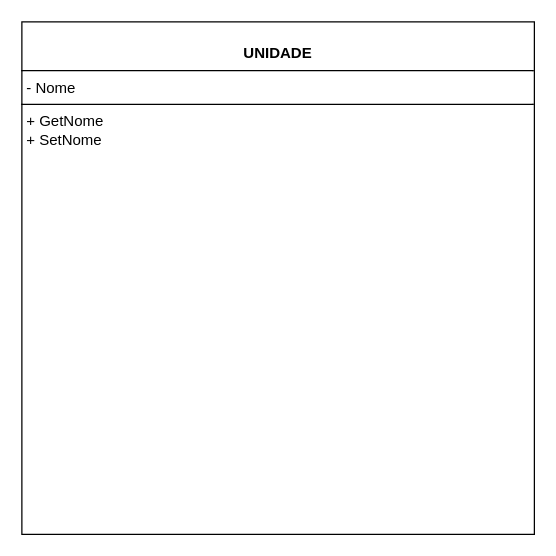
Before: page "Página-2" (2 of 2) of DOC/classes.drawio in juliareis14/avatar.app, a draw.io diagram. Source tidied: cells renumbered, new cells numbered last; positions are measured from the earlier drawing's top-left corner, leaving out a move shared by most shapes. Both pictures are drawn from the tidied source at 125%, with x=0, y=0 at pixel (21, 21).
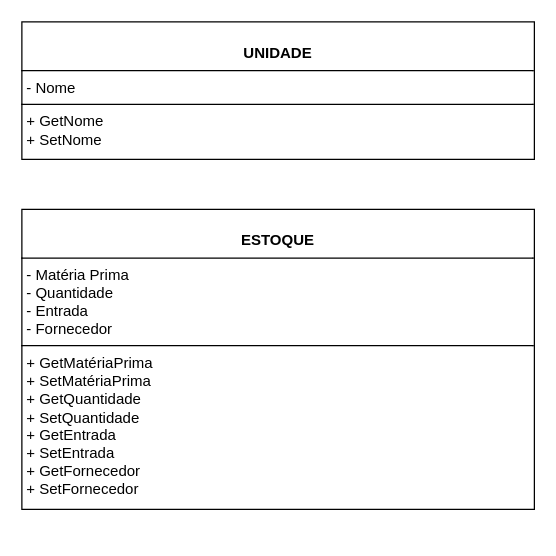
The same diagram, later.

The edit, as a diff of the source:
```diff
@@
 <mxGraphModel>
   <root>
     <mxCell id="0" />
     <mxCell id="1" parent="0" />
     <mxCell id="2" value="&lt;p style=&quot;margin:0px;margin-top:4px;text-align:center;&quot;&gt;&lt;br&gt;&lt;b&gt;UNIDADE&lt;/b&gt;&lt;/p&gt;&lt;hr size=&quot;1&quot; style=&quot;border-style:solid;&quot;&gt;&lt;p style=&quot;margin:0px;margin-left:4px;&quot;&gt;- Nome&lt;br&gt;&lt;/p&gt;&lt;hr size=&quot;1&quot; style=&quot;border-style:solid;&quot;&gt;&lt;p style=&quot;margin:0px;margin-left:4px;&quot;&gt;+ GetNome&lt;br&gt;+ SetNome&lt;/p&gt;" style="verticalAlign=top;align=left;overflow=fill;html=1;whiteSpace=wrap;" parent="1" vertex="1">
-      <mxGeometry width="410" height="410" as="geometry" />
+      <mxGeometry width="410" height="110" as="geometry" />
     </mxCell>
+    <mxCell id="3" value="&lt;p style=&quot;margin:0px;margin-top:4px;text-align:center;&quot;&gt;&lt;br&gt;&lt;b&gt;ESTOQUE&lt;/b&gt;&lt;/p&gt;&lt;hr size=&quot;1&quot; style=&quot;border-style:solid;&quot;&gt;&lt;p style=&quot;margin:0px;margin-left:4px;&quot;&gt;- Matéria Prima&lt;/p&gt;&lt;p style=&quot;margin:0px;margin-left:4px;&quot;&gt;&lt;span style=&quot;background-color: initial;&quot;&gt;- Quantidade&lt;/span&gt;&lt;/p&gt;&lt;p style=&quot;margin:0px;margin-left:4px;&quot;&gt;- Entrada&lt;/p&gt;&lt;p style=&quot;margin:0px;margin-left:4px;&quot;&gt;- Fornecedor&lt;/p&gt;&lt;hr size=&quot;1&quot; style=&quot;border-style:solid;&quot;&gt;&lt;p style=&quot;margin:0px;margin-left:4px;&quot;&gt;&lt;span style=&quot;background-color: initial;&quot;&gt;+ Get&lt;/span&gt;&lt;span style=&quot;background-color: initial;&quot;&gt;MatériaPrima&lt;/span&gt;&lt;br&gt;&lt;/p&gt;&lt;p style=&quot;margin:0px;margin-left:4px;&quot;&gt;+ Set&lt;span style=&quot;background-color: initial;&quot;&gt;MatériaPrima&lt;/span&gt;&lt;/p&gt;&lt;p style=&quot;margin:0px;margin-left:4px;&quot;&gt;+ Get&lt;span style=&quot;background-color: initial;&quot;&gt;Quantidade&lt;/span&gt;&lt;/p&gt;&lt;p style=&quot;margin:0px;margin-left:4px;&quot;&gt;+ Set&lt;span style=&quot;background-color: initial;&quot;&gt;Quantidade&lt;/span&gt;&lt;/p&gt;&lt;p style=&quot;margin:0px;margin-left:4px;&quot;&gt;&lt;span style=&quot;background-color: initial;&quot;&gt;+ Get&lt;/span&gt;&lt;span style=&quot;background-color: initial;&quot;&gt;Entrada&lt;/span&gt;&lt;/p&gt;&lt;p style=&quot;margin:0px;margin-left:4px;&quot;&gt;&lt;span style=&quot;background-color: initial;&quot;&gt;+ Set&lt;/span&gt;&lt;span style=&quot;background-color: initial;&quot;&gt;Entrada&lt;/span&gt;&lt;/p&gt;&lt;p style=&quot;margin:0px;margin-left:4px;&quot;&gt;&lt;span style=&quot;background-color: initial;&quot;&gt;+ Get&lt;/span&gt;&lt;span style=&quot;background-color: initial;&quot;&gt;Fornecedor&lt;/span&gt;&lt;/p&gt;&lt;p style=&quot;margin:0px;margin-left:4px;&quot;&gt;&lt;span style=&quot;background-color: initial;&quot;&gt;+ Set&lt;/span&gt;&lt;span style=&quot;background-color: initial;&quot;&gt;Fornecedor&lt;/span&gt;&lt;/p&gt;&lt;div&gt;&lt;span style=&quot;background-color: initial;&quot;&gt;&lt;br&gt;&lt;/span&gt;&lt;/div&gt;" style="verticalAlign=top;align=left;overflow=fill;html=1;whiteSpace=wrap;" parent="1" vertex="1">
+      <mxGeometry y="150" width="410" height="240" as="geometry" />
+    </mxCell>
   </root>
 </mxGraphModel>
```
